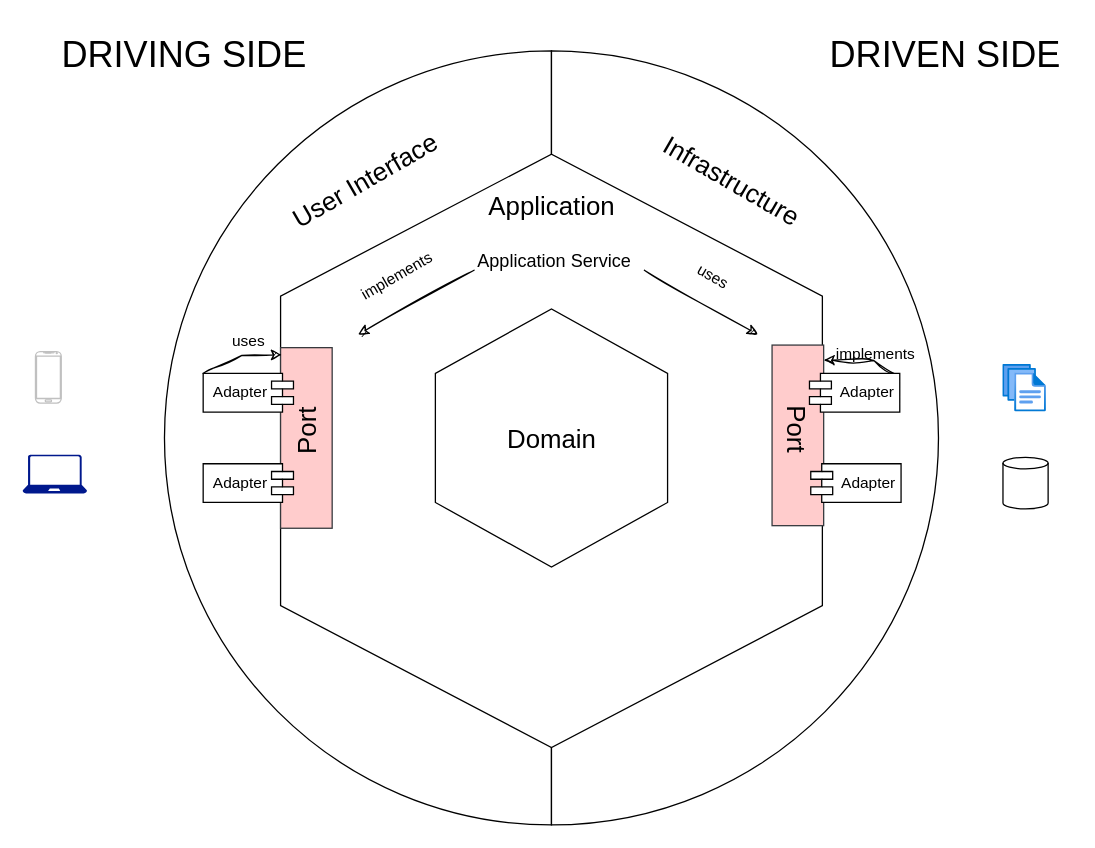
afflato/system keeps this draw.io diagram as BE/enterprise/CodeFlow.drawio. Above is the earlier version. Source tidied: cells renumbered, new cells numbered last; positions are measured from the earlier drawing's top-left corner, leaving out a move shared by most shapes. Both pictures are drawn from the tidied source at 129%, with x=0, y=0 at pixel (22, 22).
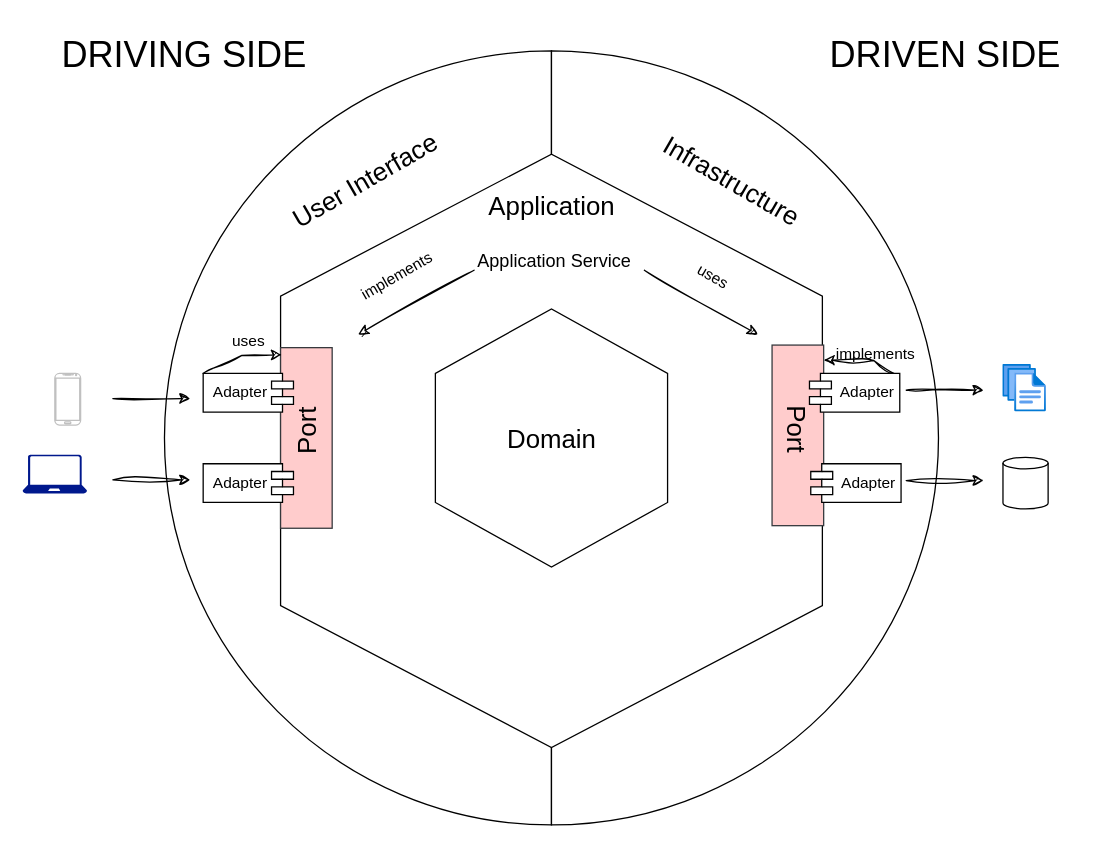
The same page after the edit.

Change to the diagram source:
```diff
@@
     <mxCell id="29" style="verticalLabelPosition=bottom;verticalAlign=top;html=1;shadow=0;dashed=0;strokeWidth=1;shape=mxgraph.android.phone2;strokeColor=#c0c0c0;" parent="1" vertex="1">
-      <mxGeometry x="10" y="255" width="20" height="40" as="geometry" />
+      <mxGeometry x="25" y="272" width="20" height="40" as="geometry" />
     </mxCell>
@@
+    <mxCell id="33" style="endArrow=classic;html=1;rounded=0;sketch=1;curveFitting=1;jiggle=2;" parent="1" edge="1">
+      <mxGeometry relative="1" as="geometry">
+        <mxPoint x="70" y="291.5" as="sourcePoint" />
+        <mxPoint x="130" y="291.5" as="targetPoint" />
+      </mxGeometry>
+    </mxCell>
+    <mxCell id="34" style="endArrow=classic;html=1;rounded=0;sketch=1;curveFitting=1;jiggle=2;" parent="1" edge="1">
+      <mxGeometry relative="1" as="geometry">
+        <mxPoint x="70" y="354.5" as="sourcePoint" />
+        <mxPoint x="130" y="354.5" as="targetPoint" />
+      </mxGeometry>
+    </mxCell>
+    <mxCell id="35" style="endArrow=classic;html=1;rounded=0;sketch=1;curveFitting=1;jiggle=2;" parent="1" edge="1">
+      <mxGeometry relative="1" as="geometry">
+        <mxPoint x="685" y="285" as="sourcePoint" />
+        <mxPoint x="745" y="285" as="targetPoint" />
+      </mxGeometry>
+    </mxCell>
+    <mxCell id="36" style="endArrow=classic;html=1;rounded=0;sketch=1;curveFitting=1;jiggle=2;" parent="1" edge="1">
+      <mxGeometry relative="1" as="geometry">
+        <mxPoint x="685" y="355" as="sourcePoint" />
+        <mxPoint x="745" y="355" as="targetPoint" />
+      </mxGeometry>
+    </mxCell>
```
